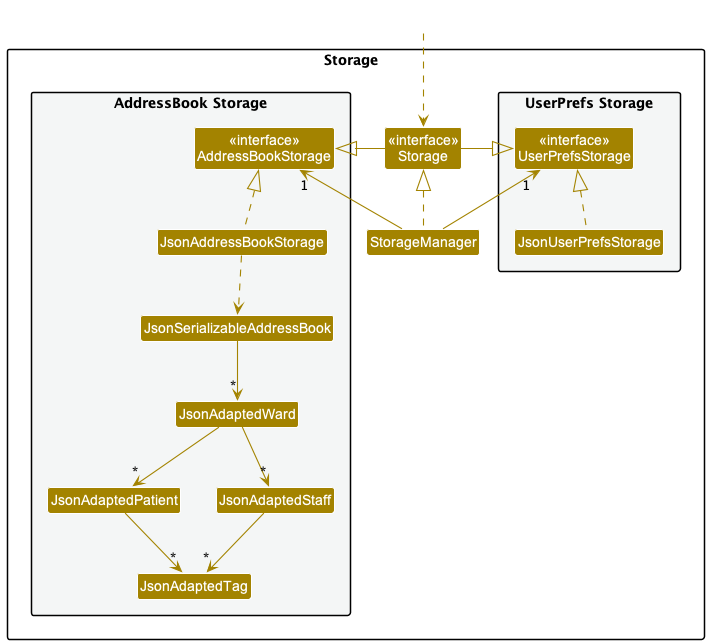
nus-cs2103-AY2223S2/tp keeps this PlantUML diagram as docs/images/StorageClassDiagram.png. Above is the earlier version. Its source is kept beside it as docs/diagrams/StorageClassDiagram.puml. Its diagram source:
```plantuml
@startuml
!include style.puml
skinparam arrowThickness 1.1
skinparam arrowColor STORAGE_COLOR
skinparam classBackgroundColor STORAGE_COLOR

package Storage1{

package "UserPrefs Storage" #F4F6F6{
Class "<<interface>>\nUserPrefsStorage" as UserPrefsStorage
Class JsonUserPrefsStorage
}

Class "<<interface>>\nStorage" as Storage
Class StorageManager

package "AddressBook Storage" #F4F6F6{
Class "<<interface>>\nAddressBookStorage" as AddressBookStorage
Class JsonAddressBookStorage
Class JsonSerializableAddressBook
Class JsonAdaptedWard
Class JsonAdaptedPatient
Class JsonAdaptedStaff
Class JsonAdaptedTag
}

}

Class HiddenOutside #FFFFFF
HiddenOutside ..> Storage

StorageManager .up.|> Storage
StorageManager -up-> "1" UserPrefsStorage
StorageManager -up-> "1" AddressBookStorage

Storage -left-|> UserPrefsStorage
Storage -right-|> AddressBookStorage

JsonUserPrefsStorage .up.|> UserPrefsStorage
JsonAddressBookStorage .up.|> AddressBookStorage
JsonAddressBookStorage ..> JsonSerializableAddressBook
JsonSerializableAddressBook --> "*" JsonAdaptedWard
JsonAdaptedWard --> "*" JsonAdaptedPatient
JsonAdaptedWard --> "*" JsonAdaptedStaff
JsonAdaptedPatient --> "*" JsonAdaptedTag
JsonAdaptedStaff --> "*" JsonAdaptedTag

@enduml
```
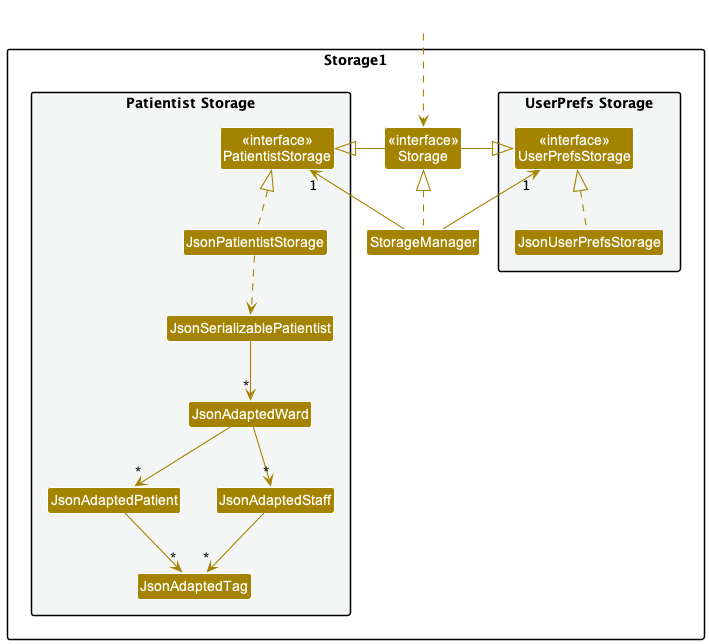
Later version of the same file.

Change to the diagram source:
```diff
@@ -14,10 +14,10 @@
 Class "<<interface>>\nStorage" as Storage
 Class StorageManager
 
-package "AddressBook Storage" #F4F6F6{
-Class "<<interface>>\nAddressBookStorage" as AddressBookStorage
-Class JsonAddressBookStorage
-Class JsonSerializableAddressBook
+package "Patientist Storage" #F4F6F6{
+Class "<<interface>>\nPatientistStorage" as PatientistStorage
+Class JsonPatientistStorage
+Class JsonSerializablePatientist
 Class JsonAdaptedWard
 Class JsonAdaptedPatient
 Class JsonAdaptedStaff
@@ -31,15 +31,15 @@
 
 StorageManager .up.|> Storage
 StorageManager -up-> "1" UserPrefsStorage
-StorageManager -up-> "1" AddressBookStorage
+StorageManager -up-> "1" PatientistStorage
 
 Storage -left-|> UserPrefsStorage
-Storage -right-|> AddressBookStorage
+Storage -right-|> PatientistStorage
 
 JsonUserPrefsStorage .up.|> UserPrefsStorage
-JsonAddressBookStorage .up.|> AddressBookStorage
-JsonAddressBookStorage ..> JsonSerializableAddressBook
-JsonSerializableAddressBook --> "*" JsonAdaptedWard
+JsonPatientistStorage .up.|> PatientistStorage
+JsonPatientistStorage ..> JsonSerializablePatientist
+JsonSerializablePatientist --> "*" JsonAdaptedWard
 JsonAdaptedWard --> "*" JsonAdaptedPatient
 JsonAdaptedWard --> "*" JsonAdaptedStaff
 JsonAdaptedPatient --> "*" JsonAdaptedTag
```
